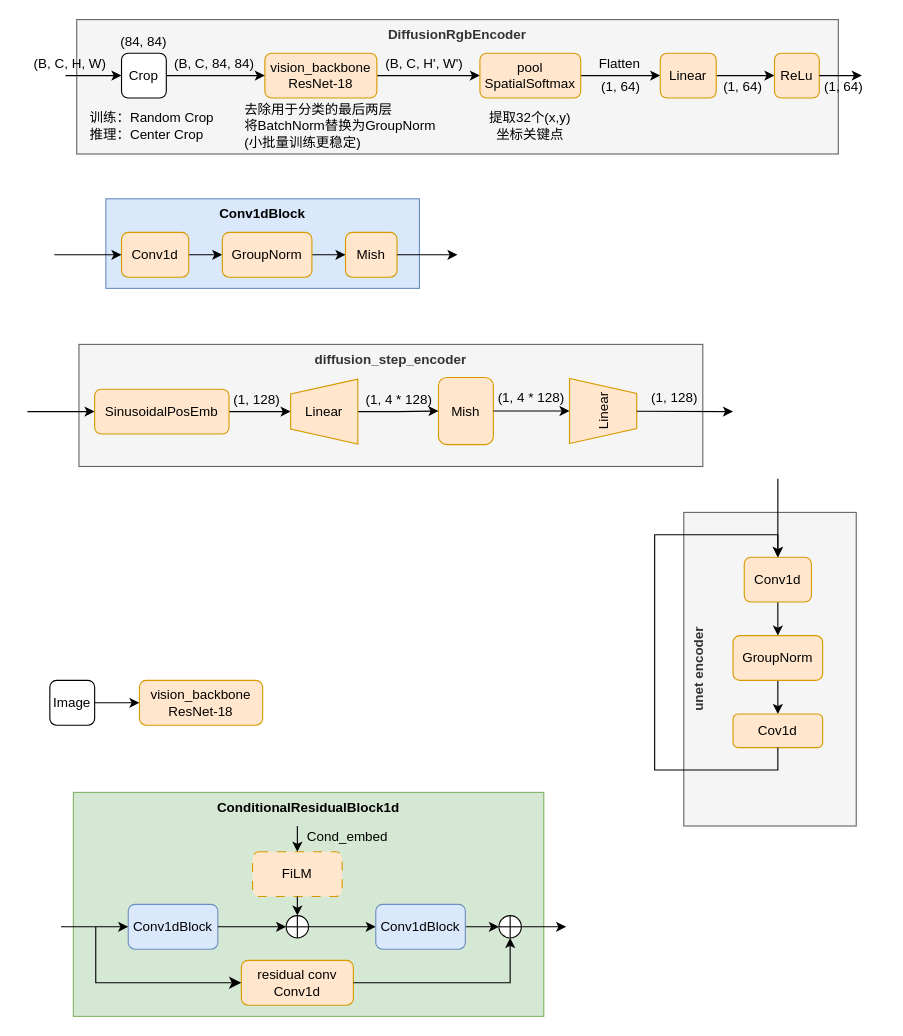
wuxiaoqiang12/algorithm_learning_acwing keeps this draw.io diagram as fonts/lerobot_model_arch.drawio. Above is the earlier version. Source tidied: cells renumbered, new cells numbered last; positions are measured from the earlier drawing's top-left corner, leaving out a move shared by most shapes. Both pictures are drawn from the tidied source at 112%, with x=0, y=0 at pixel (27, 19).
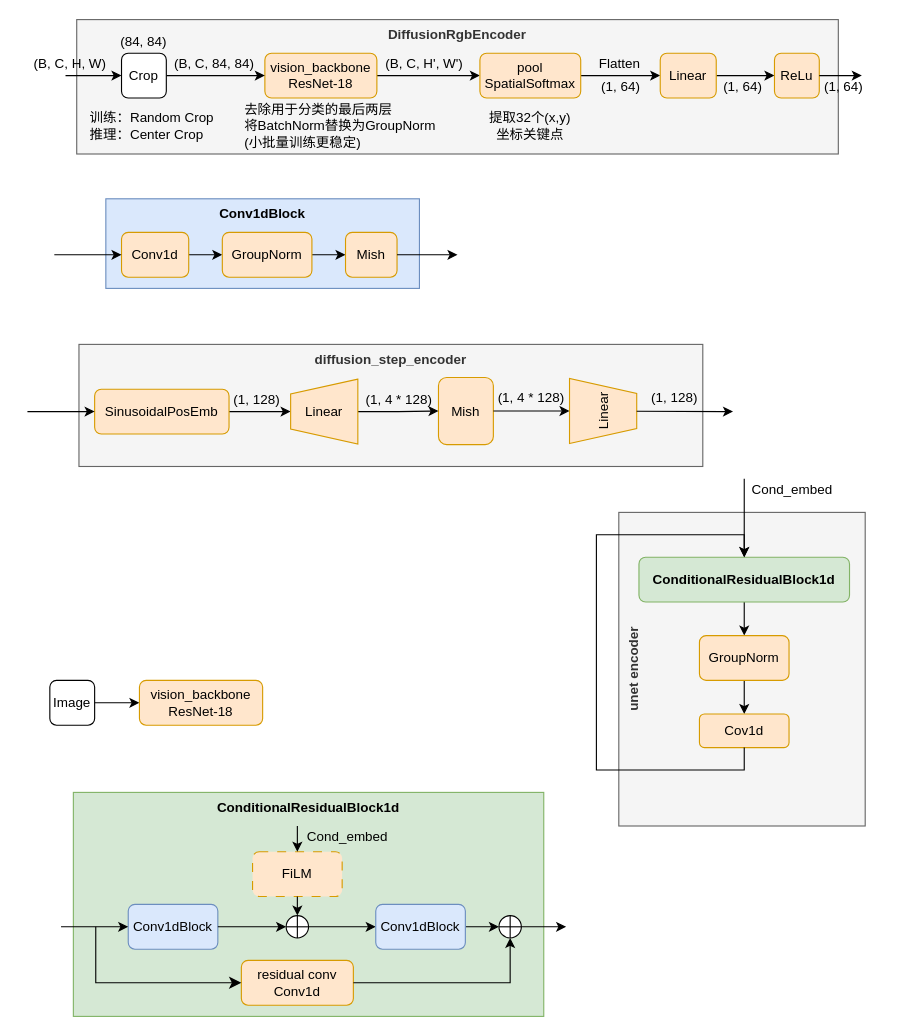
After the change.

What changed in the source:
```diff
@@
     <mxCell id="54" value="unet encoder" style="rounded=0;whiteSpace=wrap;html=1;fillColor=#f5f5f5;fontColor=#333333;strokeColor=#666666;verticalAlign=top;fontStyle=1;horizontal=0;" parent="1" vertex="1">
-      <mxGeometry x="586" y="440" width="154" height="280" as="geometry" />
+      <mxGeometry x="528" y="440" width="220" height="280" as="geometry" />
     </mxCell>
@@
-    <mxCell id="56" value="Conv1d" style="rounded=1;whiteSpace=wrap;html=1;fillColor=#ffe6cc;strokeColor=#d79b00;" parent="1" vertex="1">
-      <mxGeometry x="640" y="480" width="60" height="40" as="geometry" />
+    <mxCell id="56" value="&lt;span style=&quot;font-weight: 700;&quot;&gt;ConditionalResidualBlock1d&lt;/span&gt;" style="rounded=1;whiteSpace=wrap;html=1;fillColor=#d5e8d4;strokeColor=#82b366;" parent="1" vertex="1">
+      <mxGeometry x="546" y="480" width="188" height="40" as="geometry" />
     </mxCell>
@@
     <mxCell id="58" value="GroupNorm" style="rounded=1;whiteSpace=wrap;html=1;fillColor=#ffe6cc;strokeColor=#d79b00;" parent="1" vertex="1">
-      <mxGeometry x="630" y="550" width="80" height="40" as="geometry" />
+      <mxGeometry x="600" y="550" width="80" height="40" as="geometry" />
     </mxCell>
     <mxCell id="59" value="Cov1d" style="rounded=1;whiteSpace=wrap;html=1;fillColor=#ffe6cc;strokeColor=#d79b00;" parent="1" vertex="1">
-      <mxGeometry x="630" y="620" width="80" height="30" as="geometry" />
+      <mxGeometry x="600" y="620" width="80" height="30" as="geometry" />
     </mxCell>
     <mxCell id="60" style="endArrow=classic;html=1;rounded=0;entryX=0.5;entryY=0;entryDx=0;entryDy=0;" parent="1" edge="1" target="56">
       <mxGeometry relative="1" as="geometry">
-        <mxPoint x="670" y="410" as="sourcePoint" />
+        <mxPoint x="640" y="410" as="sourcePoint" />
       </mxGeometry>
     </mxCell>
     <mxCell id="61" style="endArrow=classic;html=1;rounded=0;exitX=0.5;exitY=1;exitDx=0;exitDy=0;entryX=0.5;entryY=0;entryDx=0;entryDy=0;" parent="1" edge="1" source="59" target="56">
       <mxGeometry relative="1" as="geometry">
         <Array as="points">
-          <mxPoint x="670" y="670" />
-          <mxPoint x="560" y="670" />
-          <mxPoint x="560" y="460" />
-          <mxPoint x="610" y="460" />
-          <mxPoint x="670" y="460" />
+          <mxPoint x="640" y="670" />
+          <mxPoint x="508" y="670" />
+          <mxPoint x="508" y="460" />
+          <mxPoint x="580" y="460" />
+          <mxPoint x="640" y="460" />
         </Array>
       </mxGeometry>
     </mxCell>
@@
+    <mxCell id="81" value="Cond_embed" style="text;whiteSpace=wrap;align=center;verticalAlign=middle;" parent="1" vertex="1">
+      <mxGeometry x="648" y="410" width="70" height="20" as="geometry" />
+    </mxCell>
```
